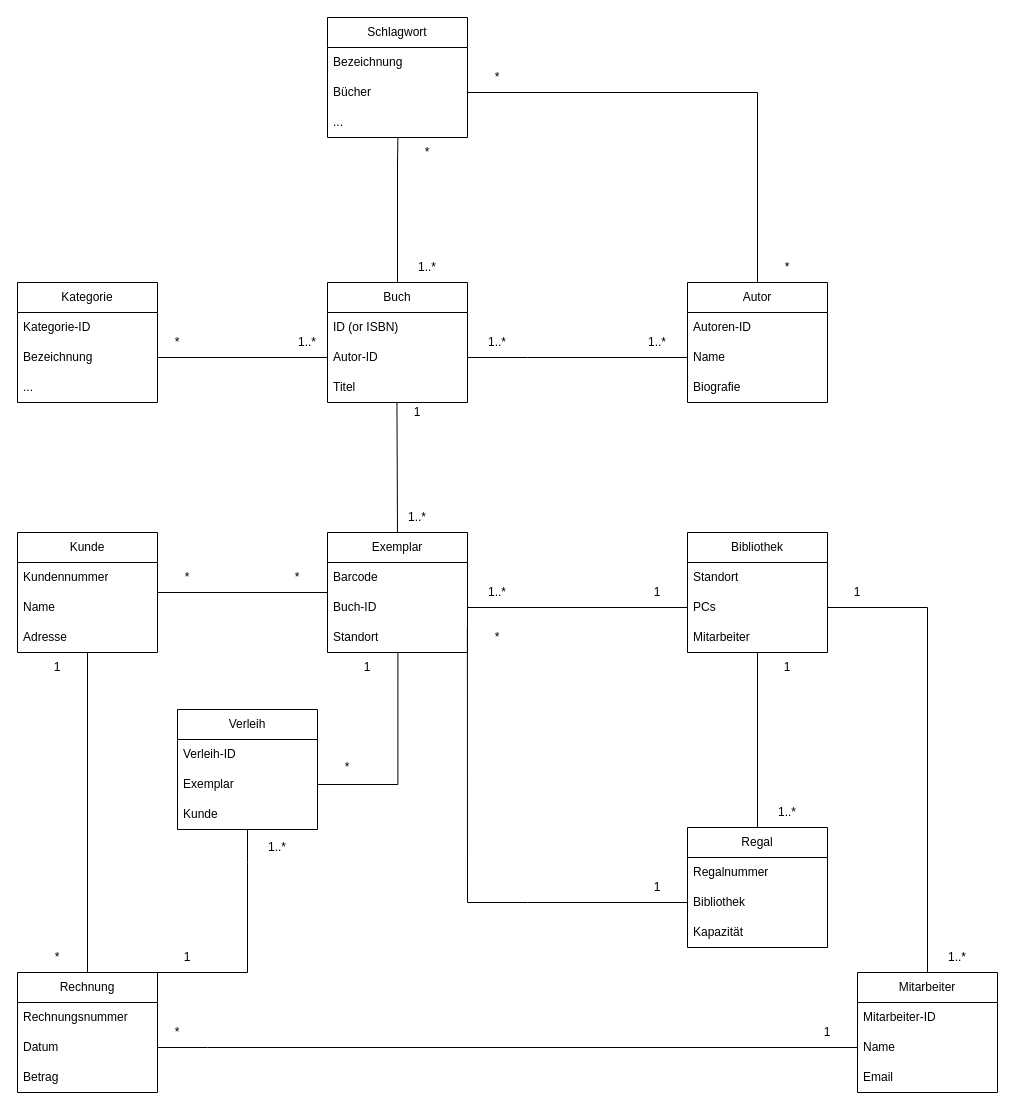
Above: Tag_4/Fachklassen_Bibliothek.drawio in McLutzifer/WIFI_SW-Engineering (draw.io), before the change. Source tidied: cells renumbered, new cells numbered last; positions are measured from the earlier drawing's top-left corner, leaving out a move shared by most shapes. Both pictures are drawn from the tidied source at 100%, with x=0, y=0 at pixel (17, 17).
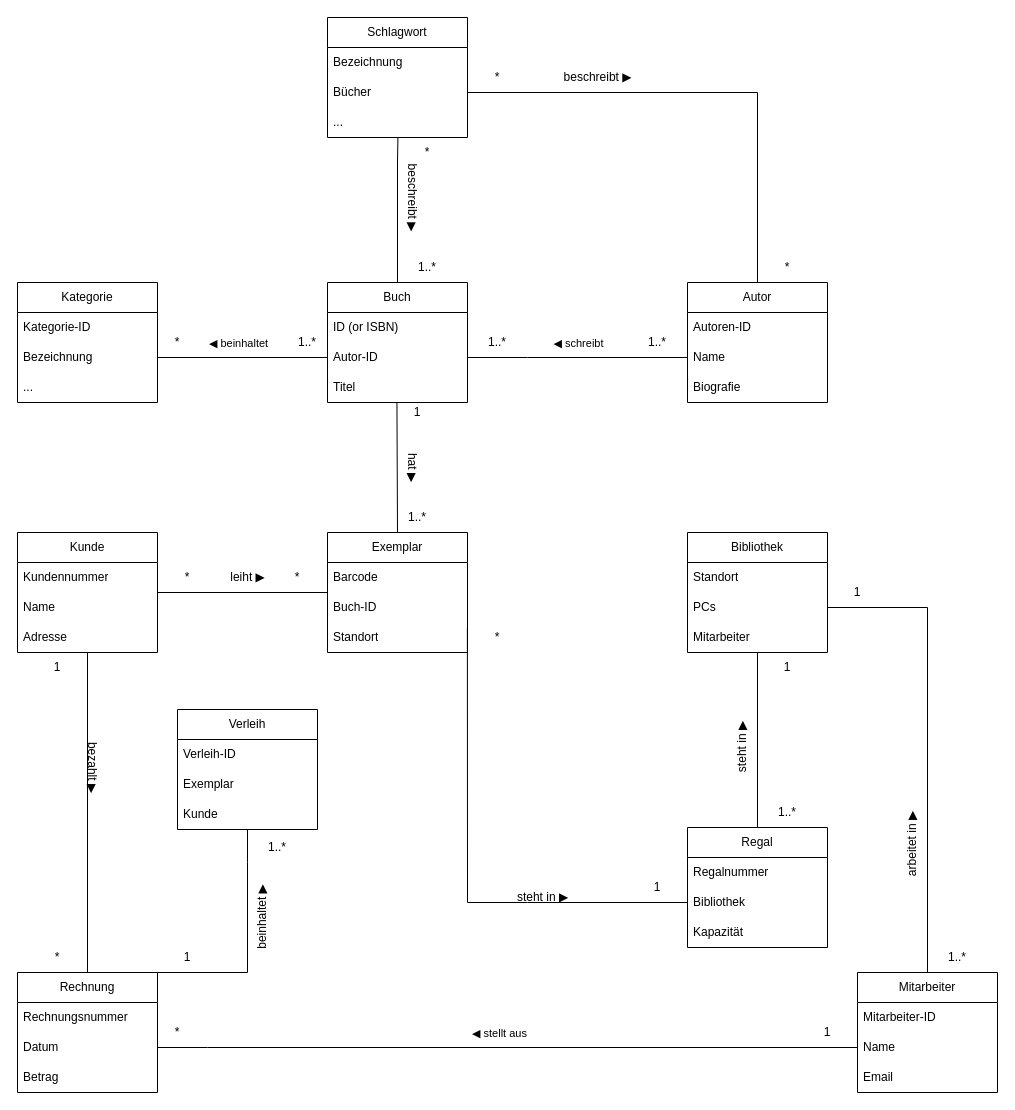
After the change.

Unchanged cells that the change refers to:
```xml
<mxCell id="12" value="Buch-ID" style="text;strokeColor=none;fillColor=none;align=left;verticalAlign=middle;spacingLeft=4;spacingRight=4;overflow=hidden;points=[[0,0.5],[1,0.5]];portConstraint=eastwest;whiteSpace=wrap;html=1;" parent="10" vertex="1">
  <mxGeometry y="60" width="140" height="30" as="geometry" />
</mxCell>
<mxCell id="13" value="Standort" style="text;strokeColor=none;fillColor=none;align=left;verticalAlign=middle;spacingLeft=4;spacingRight=4;overflow=hidden;points=[[0,0.5],[1,0.5]];portConstraint=eastwest;whiteSpace=wrap;html=1;" parent="10" vertex="1">
  <mxGeometry y="90" width="140" height="30" as="geometry" />
</mxCell>
<mxCell id="35" value="Exemplar" style="text;strokeColor=none;fillColor=none;align=left;verticalAlign=middle;spacingLeft=4;spacingRight=4;overflow=hidden;points=[[0,0.5],[1,0.5]];portConstraint=eastwest;whiteSpace=wrap;html=1;" parent="33" vertex="1">
  <mxGeometry y="60" width="140" height="30" as="geometry" />
</mxCell>
<mxCell id="39" value="PCs" style="text;strokeColor=none;fillColor=none;align=left;verticalAlign=middle;spacingLeft=4;spacingRight=4;overflow=hidden;points=[[0,0.5],[1,0.5]];portConstraint=eastwest;whiteSpace=wrap;html=1;" parent="37" vertex="1">
  <mxGeometry y="60" width="140" height="30" as="geometry" />
</mxCell>
<mxCell id="69" style="endArrow=none;html=1;rounded=0;exitX=1;exitY=1;exitDx=0;exitDy=0;entryX=0;entryY=0.5;entryDx=0;entryDy=0;" parent="1" edge="1" source="89" target="61">
  <mxGeometry relative="1" as="geometry" />
</mxCell>
```

Diff of the diagram source:
```diff
@@
-    <mxCell id="45" style="endArrow=none;html=1;rounded=0;entryX=0;entryY=0.5;entryDx=0;entryDy=0;exitX=1;exitY=0.5;exitDx=0;exitDy=0;" parent="1" edge="1" source="12" target="39">
-      <mxGeometry relative="1" as="geometry" />
-    </mxCell>
@@
-    <mxCell id="55" value="1" style="text;html=1;strokeColor=none;fillColor=none;align=center;verticalAlign=middle;whiteSpace=wrap;rounded=0;" parent="1" vertex="1">
-      <mxGeometry x="610" y="560" width="60" height="30" as="geometry" />
-    </mxCell>
-    <mxCell id="56" value="1..*" style="text;html=1;strokeColor=none;fillColor=none;align=center;verticalAlign=middle;whiteSpace=wrap;rounded=0;" parent="1" vertex="1">
-      <mxGeometry x="450" y="560" width="60" height="30" as="geometry" />
-    </mxCell>
@@
+    <mxCell id="99" value="&lt;font style=&quot;font-size: 11px;&quot;&gt;◀ &lt;/font&gt;&lt;font style=&quot;font-size: 11px;&quot;&gt;stellt aus&lt;/font&gt;" style="edgeLabel;html=1;align=center;verticalAlign=middle;" parent="69" vertex="1">
+      <mxGeometry x="-0.15" y="1" relative="1" as="geometry">
+        <mxPoint x="15" y="-14" as="offset" />
+      </mxGeometry>
+    </mxCell>
@@
-    <mxCell id="95" value="1" style="text;html=1;strokeColor=none;fillColor=none;align=center;verticalAlign=middle;whiteSpace=wrap;rounded=0;" parent="1" vertex="1">
-      <mxGeometry x="320" y="635" width="60" height="30" as="geometry" />
-    </mxCell>
-    <mxCell id="96" value="*" style="text;html=1;strokeColor=none;fillColor=none;align=center;verticalAlign=middle;whiteSpace=wrap;rounded=0;" parent="1" vertex="1">
-      <mxGeometry x="300" y="735" width="60" height="30" as="geometry" />
-    </mxCell>
@@
-    <mxCell id="98" style="endArrow=none;html=1;rounded=0;exitX=1;exitY=0.5;exitDx=0;exitDy=0;edgeStyle=orthogonalEdgeStyle;entryX=0.503;entryY=0.987;entryDx=0;entryDy=0;entryPerimeter=0;" parent="1" edge="1" source="35" target="13">
-      <mxGeometry relative="1" as="geometry" />
-    </mxCell>
+    <mxCell id="100" value="bezahlt ▶" style="text;html=1;align=center;verticalAlign=middle;strokeColor=none;fillColor=none;rotation=90;" parent="1" vertex="1">
+      <mxGeometry x="40" y="735" width="70" height="30" as="geometry" />
+    </mxCell>
+    <mxCell id="101" value="leiht ▶" style="text;html=1;align=center;verticalAlign=middle;strokeColor=none;fillColor=none;rotation=0;" parent="1" vertex="1">
+      <mxGeometry x="200" y="545" width="60" height="30" as="geometry" />
+    </mxCell>
+    <mxCell id="102" value="steht in ▶" style="text;html=1;align=center;verticalAlign=middle;strokeColor=none;fillColor=none;rotation=-90;" parent="1" vertex="1">
+      <mxGeometry x="690" y="715" width="70" height="30" as="geometry" />
+    </mxCell>
+    <mxCell id="103" value="steht in ▶" style="text;html=1;align=center;verticalAlign=middle;strokeColor=none;fillColor=none;rotation=0;" parent="1" vertex="1">
+      <mxGeometry x="490" y="865" width="70" height="30" as="geometry" />
+    </mxCell>
+    <mxCell id="104" value="arbeitet in ▶" style="text;html=1;align=center;verticalAlign=middle;strokeColor=none;fillColor=none;rotation=-90;" parent="1" vertex="1">
+      <mxGeometry x="850" y="812" width="90" height="30" as="geometry" />
+    </mxCell>
+    <mxCell id="105" value="&lt;font style=&quot;font-size: 11px;&quot;&gt;◀ &lt;/font&gt;&lt;font style=&quot;font-size: 11px;&quot;&gt;schreibt&lt;/font&gt;" style="edgeLabel;html=1;align=center;verticalAlign=middle;" parent="1" vertex="1">
+      <mxGeometry x="570" y="325" as="geometry">
+        <mxPoint x="-10" as="offset" />
+      </mxGeometry>
+    </mxCell>
+    <mxCell id="106" value="&lt;font style=&quot;font-size: 11px;&quot;&gt;◀ &lt;/font&gt;beinhaltet" style="edgeLabel;html=1;align=center;verticalAlign=middle;" parent="1" vertex="1">
+      <mxGeometry x="230" y="325" as="geometry">
+        <mxPoint x="-10" as="offset" />
+      </mxGeometry>
+    </mxCell>
+    <mxCell id="107" value="beschreibt ▶" style="text;html=1;align=center;verticalAlign=middle;strokeColor=none;fillColor=none;rotation=0;" parent="1" vertex="1">
+      <mxGeometry x="535" y="45" width="90" height="30" as="geometry" />
+    </mxCell>
+    <mxCell id="108" value="beschreibt ▶" style="text;html=1;align=center;verticalAlign=middle;strokeColor=none;fillColor=none;rotation=90;" parent="1" vertex="1">
+      <mxGeometry x="350" y="165" width="90" height="30" as="geometry" />
+    </mxCell>
+    <mxCell id="109" value="hat ▶" style="text;html=1;align=center;verticalAlign=middle;strokeColor=none;fillColor=none;rotation=90;" parent="1" vertex="1">
+      <mxGeometry x="370" y="435" width="50" height="30" as="geometry" />
+    </mxCell>
+    <mxCell id="110" value="beinhaltet ▶" style="text;html=1;align=center;verticalAlign=middle;strokeColor=none;fillColor=none;rotation=-90;" parent="1" vertex="1">
+      <mxGeometry x="200" y="885" width="90" height="30" as="geometry" />
+    </mxCell>
```
